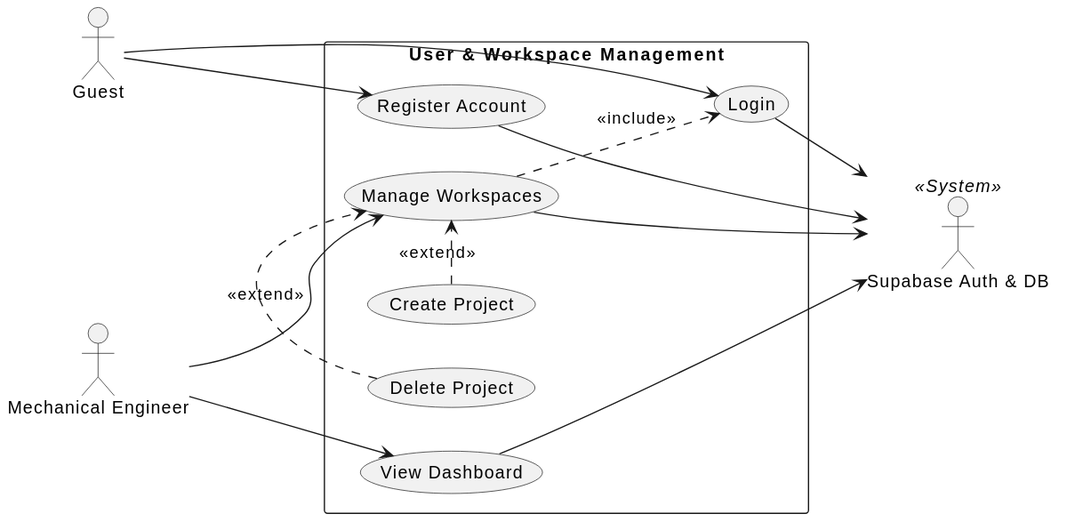
dvydinh/mechdrive keeps this PlantUML diagram as docs/uml/uc_user.svg. Above is the earlier version.
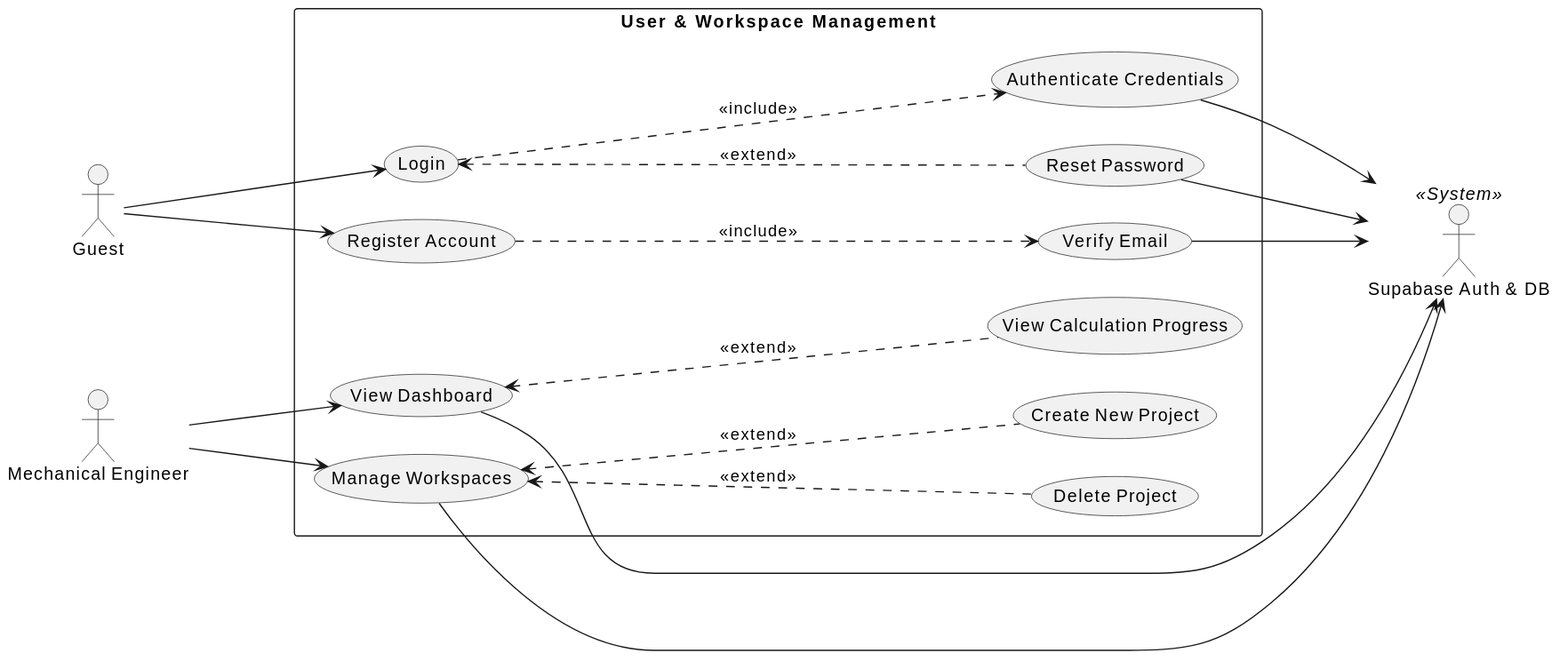
Above is the later version.

Commit message:
sua layout usecase

What changed in the source:
```diff
@@ -1,32 +1,43 @@
 @startuml
 left to right direction
 skinparam packageStyle rectangle
+skinparam nodesep 30
+skinparam ranksep 100
+skinparam wrapWidth 200
 
 actor "Guest" as guest
 actor "Mechanical Engineer" as eng
+actor "Supabase Auth & DB" as supa << System >>
 
 package "User & Workspace Management" {
   usecase "Register Account" as UC1
+  usecase "Verify Email" as UC1_1
   usecase "Login" as UC2
+  usecase "Authenticate Credentials" as UC2_1
+  usecase "Reset Password" as UC2_2
   usecase "Manage Workspaces" as UC3
-  usecase "Create Project" as UC3_1
+  usecase "Create New Project" as UC3_1
   usecase "Delete Project" as UC3_2
   usecase "View Dashboard" as UC4
+  usecase "View Calculation Progress" as UC4_1
 }
 
-actor "Supabase Auth & DB" as supa << System >>
+guest --> UC1
+UC1 ..down..> UC1_1 : <<include>>
+UC1_1 --> supa
 
-guest --> UC1
 guest --> UC2
+UC2 ..down..> UC2_1 : <<include>>
+UC2_2 ..up..> UC2 : <<extend>>
+UC2_1 --> supa
+UC2_2 --> supa
+
 eng --> UC3
+UC3_1 ..up..> UC3 : <<extend>>
+UC3_2 ..up..> UC3 : <<extend>>
+UC3 --> supa
+
 eng --> UC4
-
-UC3_1 .> UC3 : <<extend>>
-UC3_2 .> UC3 : <<extend>>
-UC3 ..> UC2 : <<include>>
-
-UC1 --> supa
-UC2 --> supa
-UC3 --> supa
+UC4_1 ..up..> UC4 : <<extend>>
 UC4 --> supa
 @enduml
```
